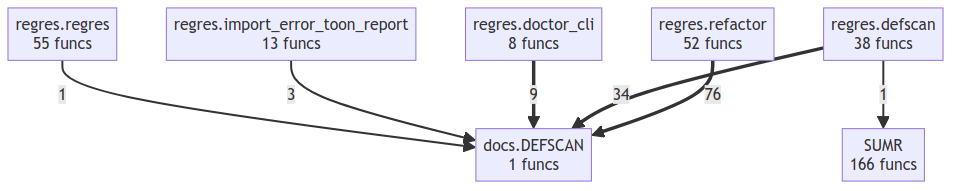
The Mermaid diagram project/compact_flow.png in semcod/regres, before a commit. Its source is kept beside it as project/compact_flow.mmd.
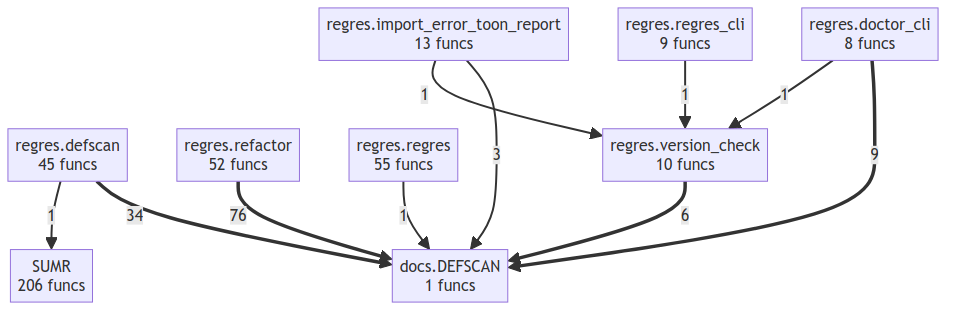
After the commit.

What changed in the source:
```diff
@@ -1,14 +1,20 @@
 flowchart TD
-    SUMR["SUMR<br/>166 funcs"]
+    SUMR["SUMR<br/>206 funcs"]
     docs__DEFSCAN["docs.DEFSCAN<br/>1 funcs"]
-    regres__defscan["regres.defscan<br/>38 funcs"]
+    regres__defscan["regres.defscan<br/>45 funcs"]
     regres__doctor_cli["regres.doctor_cli<br/>8 funcs"]
     regres__import_error_toon_report["regres.import_error_toon_report<br/>13 funcs"]
     regres__refactor["regres.refactor<br/>52 funcs"]
     regres__regres["regres.regres<br/>55 funcs"]
+    regres__regres_cli["regres.regres_cli<br/>9 funcs"]
+    regres__version_check["regres.version_check<br/>10 funcs"]
     regres__refactor ==>|76| docs__DEFSCAN
     regres__defscan ==>|34| docs__DEFSCAN
     regres__doctor_cli ==>|9| docs__DEFSCAN
+    regres__version_check ==>|6| docs__DEFSCAN
     regres__import_error_toon_report -->|3| docs__DEFSCAN
+    regres__regres -->|1| docs__DEFSCAN
+    regres__regres_cli -->|1| regres__version_check
     regres__defscan -->|1| SUMR
-    regres__regres -->|1| docs__DEFSCAN
+    regres__doctor_cli -->|1| regres__version_check
+    regres__import_error_toon_report -->|1| regres__version_check
```
